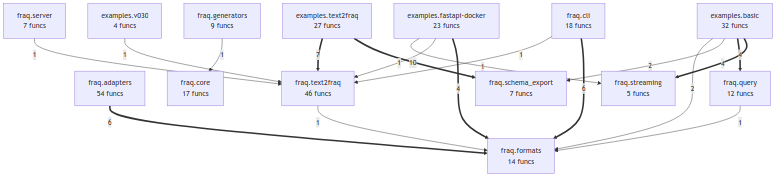
Earlier version of the Mermaid export project/compact_flow.png (wronai/fraq). Its source is kept beside it as project/compact_flow.mmd.
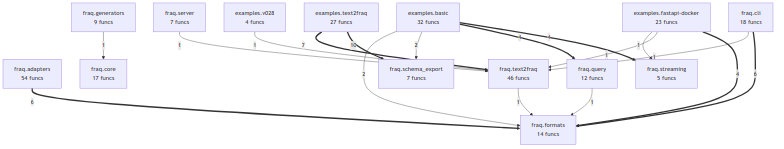
The same diagram one commit later.

Change to the diagram source:
```diff
@@ -2,7 +2,7 @@
     examples_basic["examples.basic<br/>32 funcs"]
     examples_fastapi_docker["examples.fastapi-docker<br/>23 funcs"]
     examples_text2fraq["examples.text2fraq<br/>27 funcs"]
-    examples_v030["examples.v030<br/>4 funcs"]
+    examples_v028["examples.v028<br/>4 funcs"]
     fraq_adapters["fraq.adapters<br/>54 funcs"]
     fraq_cli["fraq.cli<br/>18 funcs"]
     fraq_core["fraq.core<br/>17 funcs"]
@@ -24,9 +24,9 @@
     examples_basic -->|2| fraq_formats
     fraq_generators -->|1| fraq_core
     fraq_cli -->|1| fraq_text2fraq
-    fraq_query -->|1| fraq_formats
     examples_fastapi_docker -->|1| fraq_text2fraq
     examples_fastapi_docker -->|1| fraq_streaming
     fraq_text2fraq -->|1| fraq_formats
-    examples_v030 -->|1| fraq_text2fraq
+    fraq_query -->|1| fraq_formats
+    examples_v028 -->|1| fraq_text2fraq
     fraq_server -->|1| fraq_text2fraq
```
